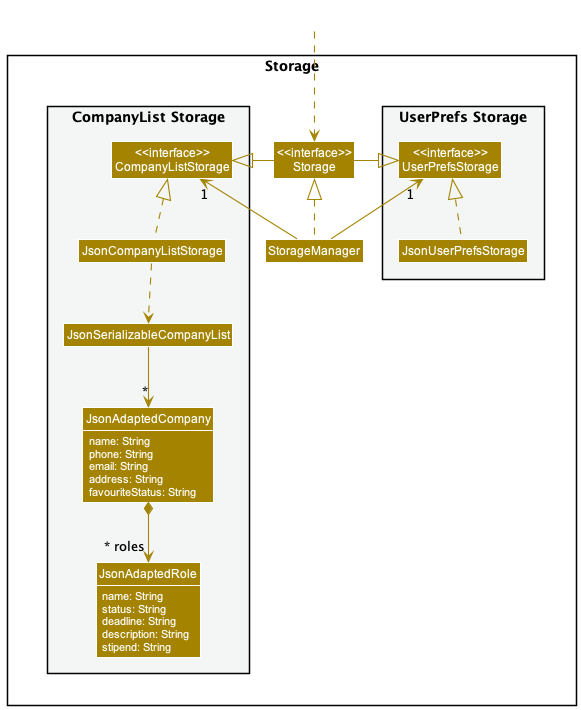
This is docs/images/StorageClassDiagram.png from nus-cs2103-AY2122S2/tp, a PlantUML export, as it was before one commit. The source it was exported from:
```plantuml
@startuml
!include detailed.puml
skinparam arrowThickness 1.1
skinparam arrowColor STORAGE_COLOR
skinparam classBackgroundColor STORAGE_COLOR

Class HiddenOutside #FFFFFF
HiddenOutside ..> Storage

package Storage{

package "UserPrefs Storage" #F4F6F6{
Class "<<interface>>\nUserPrefsStorage" as UserPrefsStorage
Class JsonUserPrefsStorage
}

Class "<<interface>>\nStorage" as Storage
Class StorageManager


package "CompanyList Storage" #F4F6F6{
Class "<<interface>>\nCompanyListStorage" as CompanyListStorage
Class JsonCompanyListStorage
Class JsonSerializableCompanyList
Class JsonAdaptedCompany {
    {field} name: String
    {field} phone: String
    {field} email: String
    {field} address: String
    {field} favouriteStatus: String
}
Class JsonAdaptedRole {
    {field} name: String
    {field} status: String
    {field} deadline: String
    {field} description: String
    {field} stipend: String
}




StorageManager .up.|> Storage
StorageManager -up-> "1" UserPrefsStorage
StorageManager -up-> "1" CompanyListStorage

Storage -left-|> UserPrefsStorage
Storage -right-|> CompanyListStorage

JsonUserPrefsStorage .up.|> UserPrefsStorage
JsonCompanyListStorage .up.|> CompanyListStorage
JsonCompanyListStorage ..> JsonSerializableCompanyList
JsonSerializableCompanyList --> "*" JsonAdaptedCompany
JsonAdaptedCompany *--> "~* roles" JsonAdaptedRole

@enduml
```
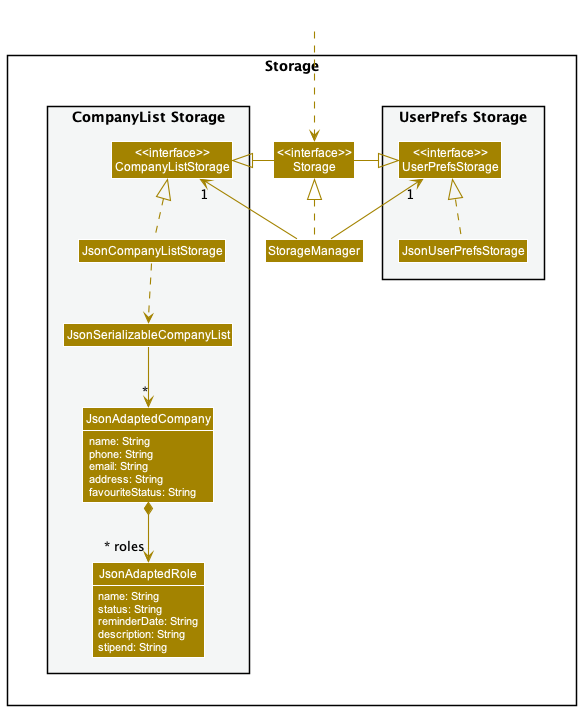
The same diagram one commit later.

Change to the diagram source:
```diff
@@ -32,7 +32,7 @@
 Class JsonAdaptedRole {
     {field} name: String
     {field} status: String
-    {field} deadline: String
+    {field} reminderDate: String
     {field} description: String
     {field} stipend: String
 }
```
